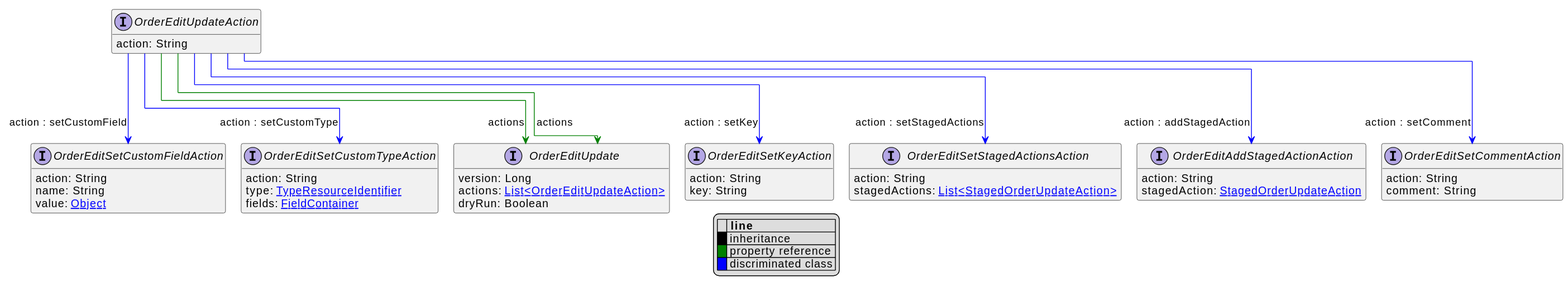
This is uml/api/svg/OrderEditUpdateAction.svg from commercetools/commercetools-api-reference, a PlantUML export, as it was before one commit. Source of this version:
```plantuml
@startuml
!pragma layout elk
hide empty fields
hide empty methods
legend
|= |= line |
|<back:black>   </back>| inheritance |
|<back:green>   </back>| property reference |
|<back:blue>   </back>| discriminated class |
endlegend
interface OrderEditUpdateAction [[OrderEditUpdateAction.svg]]  {
    action: String
}


interface OrderEditAddStagedActionAction [[OrderEditAddStagedActionAction.svg]]  {
    action: String
    stagedAction: [[StagedOrderUpdateAction.svg StagedOrderUpdateAction]]
}
interface OrderEditSetCommentAction [[OrderEditSetCommentAction.svg]]  {
    action: String
    comment: String
}
interface OrderEditSetCustomFieldAction [[OrderEditSetCustomFieldAction.svg]]  {
    action: String
    name: String
    value: [[Object.svg Object]]
}
interface OrderEditSetCustomTypeAction [[OrderEditSetCustomTypeAction.svg]]  {
    action: String
    type: [[TypeResourceIdentifier.svg TypeResourceIdentifier]]
    fields: [[FieldContainer.svg FieldContainer]]
}
interface OrderEditSetKeyAction [[OrderEditSetKeyAction.svg]]  {
    action: String
    key: String
}
interface OrderEditSetStagedActionsAction [[OrderEditSetStagedActionsAction.svg]]  {
    action: String
    stagedActions: [[StagedOrderUpdateAction.svg List<StagedOrderUpdateAction>]]
}
interface OrderEditUpdate [[OrderEditUpdate.svg]]  {
    version: Long
    actions: [[OrderEditUpdateAction.svg List<OrderEditUpdateAction>]]
    dryRun: Boolean
}
OrderEditUpdateAction --> OrderEditAddStagedActionAction #blue;text:blue : "action : addStagedAction"
OrderEditUpdateAction --> OrderEditSetCommentAction #blue;text:blue : "action : setComment"
OrderEditUpdateAction --> OrderEditSetCustomFieldAction #blue;text:blue : "action : setCustomField"
OrderEditUpdateAction --> OrderEditSetCustomTypeAction #blue;text:blue : "action : setCustomType"
OrderEditUpdateAction --> OrderEditSetKeyAction #blue;text:blue : "action : setKey"
OrderEditUpdateAction --> OrderEditSetStagedActionsAction #blue;text:blue : "action : setStagedActions"
OrderEditUpdateAction --> OrderEditUpdate #green;text:green : "actions"
OrderEditUpdateAction --> OrderEditUpdate #green;text:green : "actions"
@enduml
```
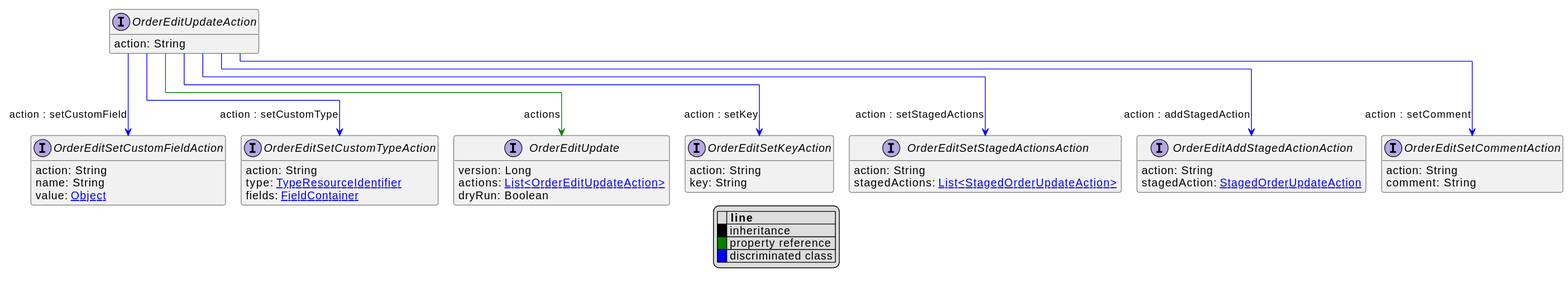
After the commit.

Diff of the diagram source:
```diff
@@ -51,5 +51,4 @@
 OrderEditUpdateAction --> OrderEditSetKeyAction #blue;text:blue : "action : setKey"
 OrderEditUpdateAction --> OrderEditSetStagedActionsAction #blue;text:blue : "action : setStagedActions"
 OrderEditUpdateAction --> OrderEditUpdate #green;text:green : "actions"
-OrderEditUpdateAction --> OrderEditUpdate #green;text:green : "actions"
 @enduml
```
